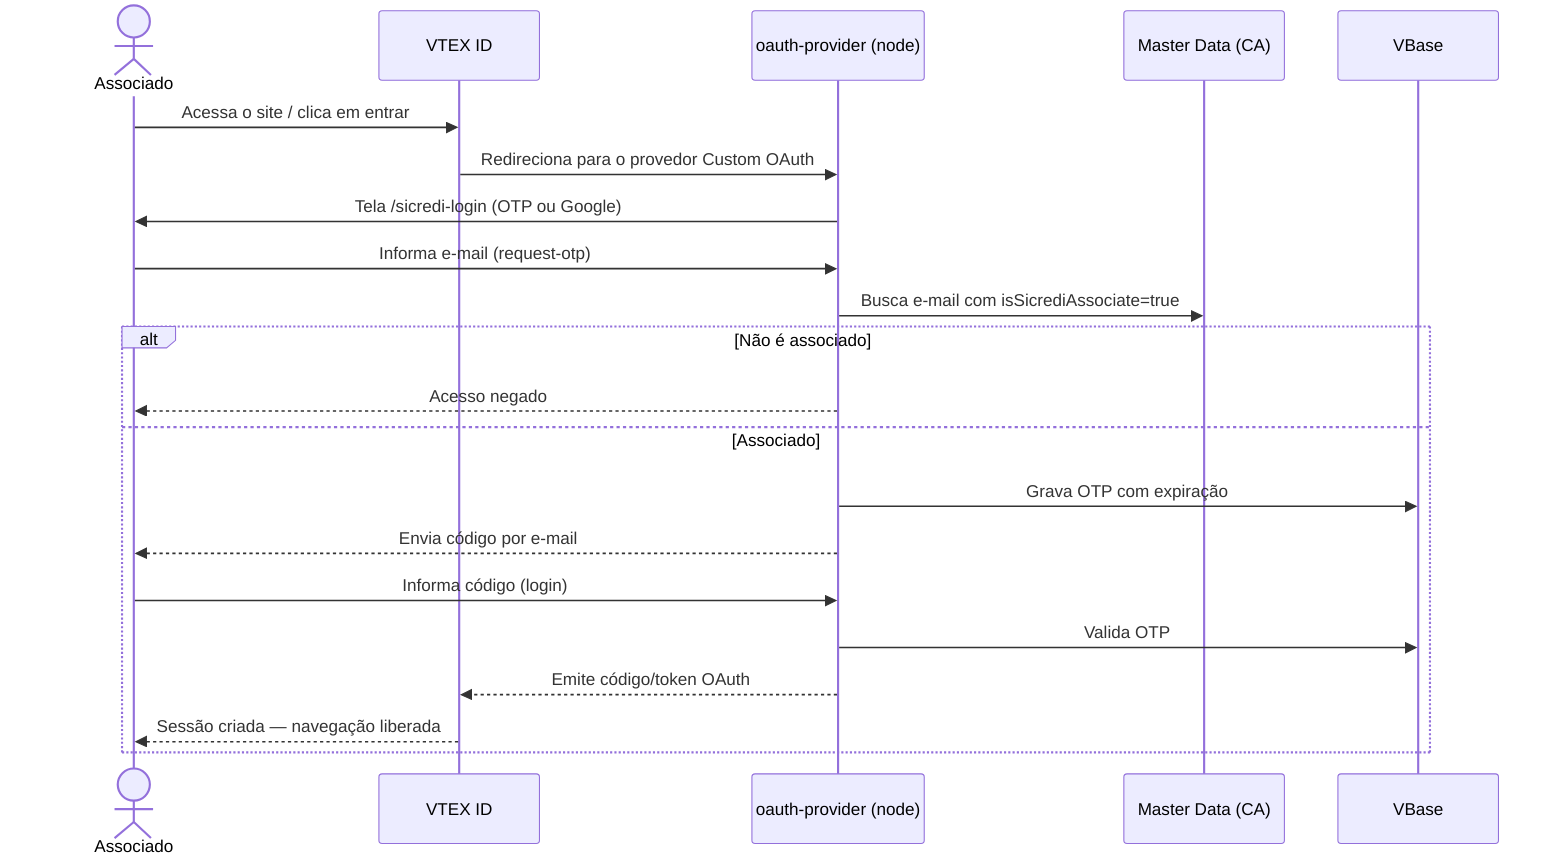
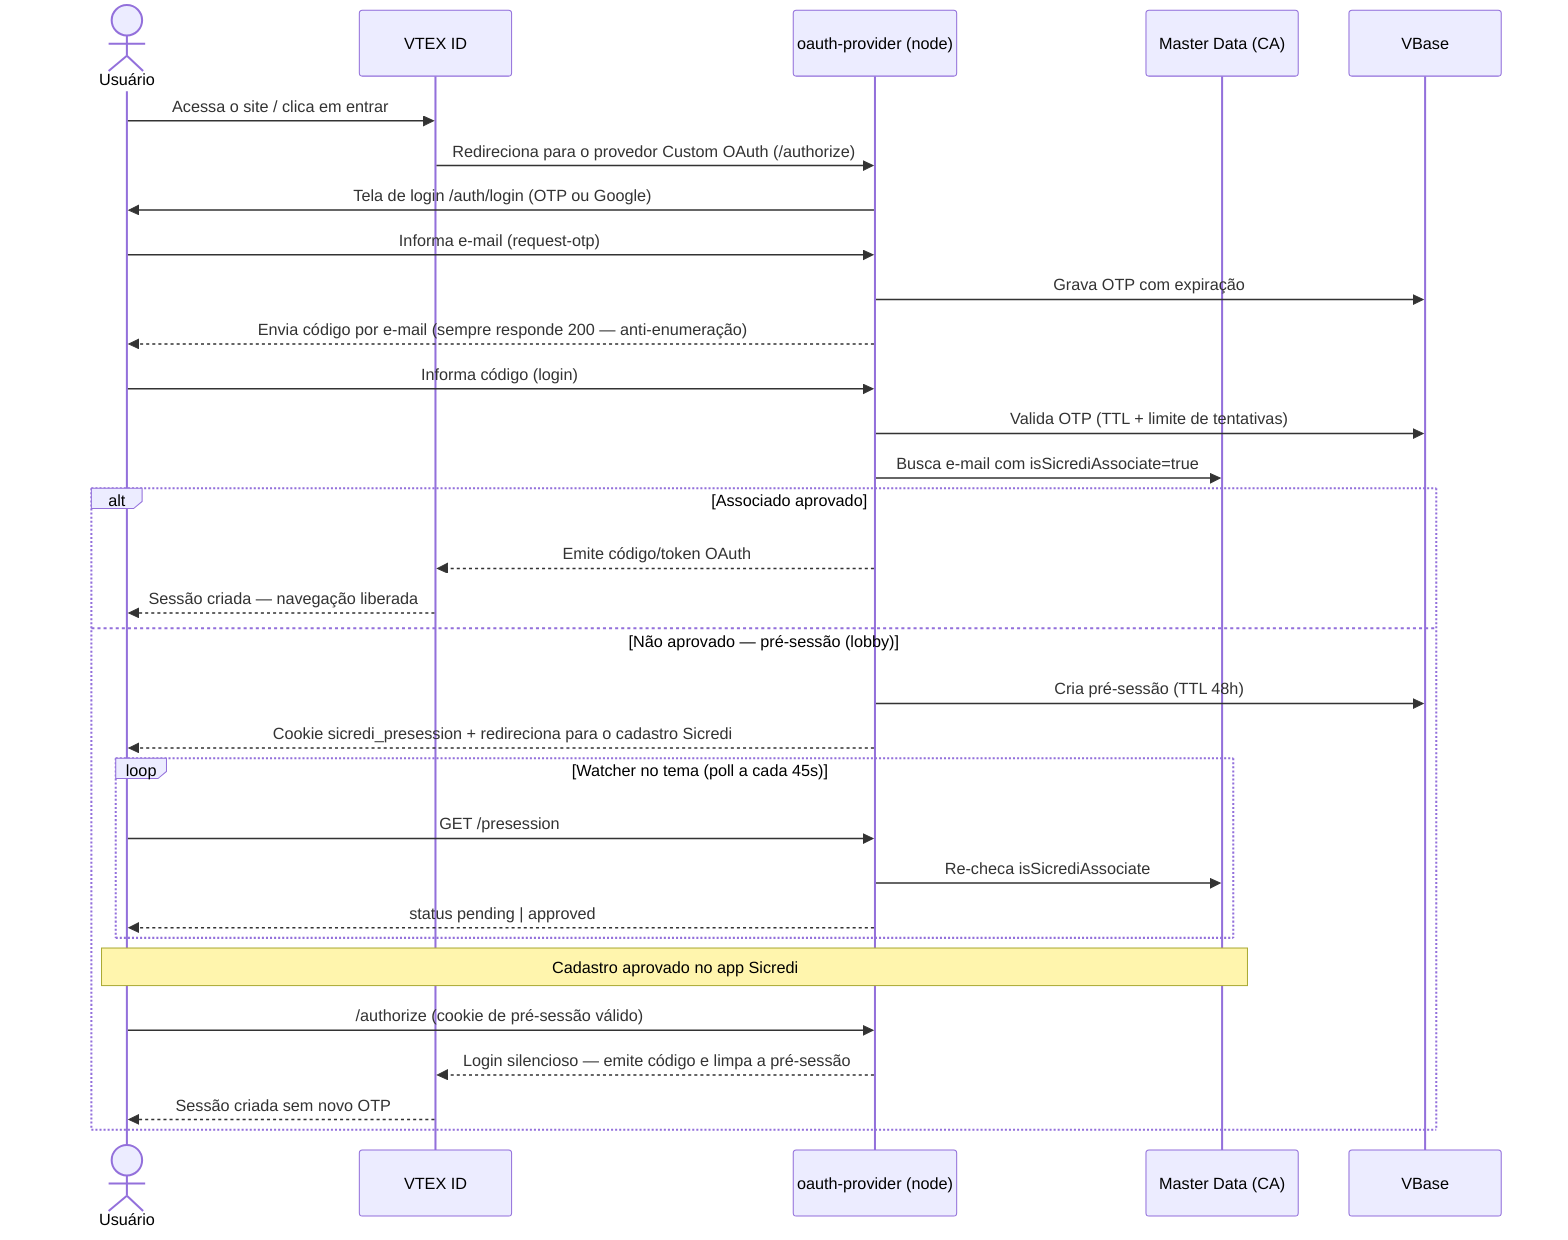
sequenceDiagram
-   actor U as Associado
+   actor U as Usuário
  participant ID as VTEX ID
  participant OP as oauth-provider (node)
  participant CA as Master Data (CA)
  participant VB as VBase

  U->>ID: Acessa o site / clica em entrar
-   ID->>OP: Redireciona para o provedor Custom OAuth
-   OP->>U: Tela /sicredi-login (OTP ou Google)
+   ID->>OP: Redireciona para o provedor Custom OAuth (/authorize)
+   OP->>U: Tela de login /auth/login (OTP ou Google)
  U->>OP: Informa e-mail (request-otp)
+   OP->>VB: Grava OTP com expiração
+   OP-->>U: Envia código por e-mail (sempre responde 200 — anti-enumeração)
+   U->>OP: Informa código (login)
+   OP->>VB: Valida OTP (TTL + limite de tentativas)
  OP->>CA: Busca e-mail com isSicrediAssociate=true
-   alt Não é associado
-     OP-->>U: Acesso negado
-   else Associado
-     OP->>VB: Grava OTP com expiração
-     OP-->>U: Envia código por e-mail
-     U->>OP: Informa código (login)
-     OP->>VB: Valida OTP
+   alt Associado aprovado
    OP-->>ID: Emite código/token OAuth
    ID-->>U: Sessão criada — navegação liberada
+   else Não aprovado — pré-sessão (lobby)
+     OP->>VB: Cria pré-sessão (TTL 48h)
+     OP-->>U: Cookie sicredi_presession + redireciona para o cadastro Sicredi
+     loop Watcher no tema (poll a cada 45s)
+       U->>OP: GET /presession
+       OP->>CA: Re-checa isSicrediAssociate
+       OP-->>U: status pending | approved
+     end
+     Note over U,CA: Cadastro aprovado no app Sicredi
+     U->>OP: /authorize (cookie de pré-sessão válido)
+     OP-->>ID: Login silencioso — emite código e limpa a pré-sessão
+     ID-->>U: Sessão criada sem novo OTP
  end
